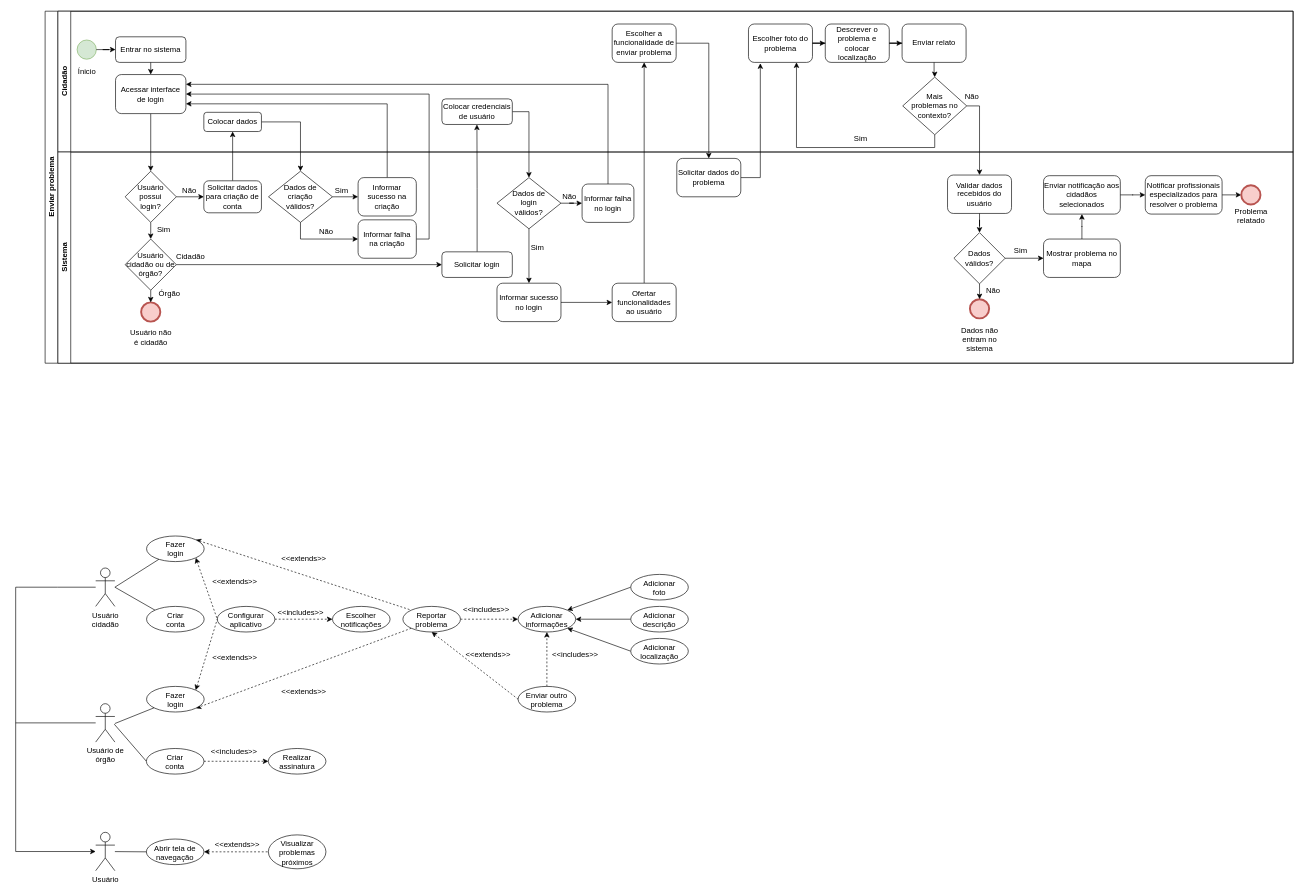
This is bpmn1.drawio from thomz2/trabalho-final-aps, a draw.io file, before an edit. Source tidied: cells renumbered, new cells numbered last; positions are measured from the earlier drawing's top-left corner, leaving out a move shared by most shapes. Both pictures are drawn from the tidied source at 64%, with x=0, y=0 at pixel (15, 11).
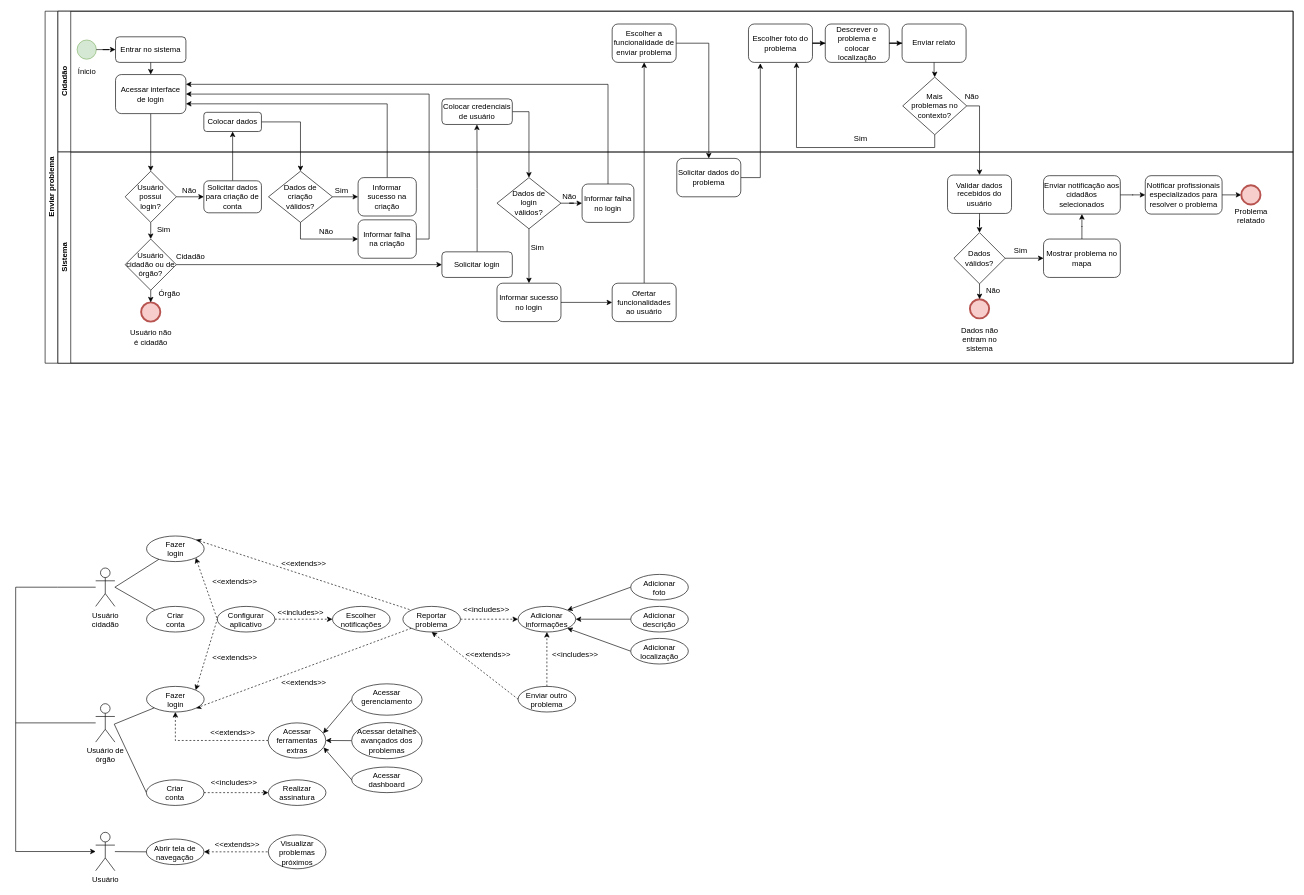
The same page after the edit.

Commit message:
primeira versao dos casos de uso

Unchanged cells that the change refers to:
```xml
<mxCell id="128" value="Fazer &lt;br&gt;login" style="ellipse;whiteSpace=wrap;html=1;verticalAlign=top;" parent="1" vertex="1">
  <mxGeometry x="204.5" y="1055" width="90" height="40" as="geometry" />
</mxCell>
```

Change to the diagram source:
```diff
@@
     <mxCell id="122" value="Criar&lt;br&gt;conta" style="ellipse;whiteSpace=wrap;html=1;verticalAlign=top;" parent="1" vertex="1">
-      <mxGeometry x="204.2" y="1152" width="90" height="40" as="geometry" />
+      <mxGeometry x="204.2" y="1201" width="90" height="40" as="geometry" />
     </mxCell>
@@
     <mxCell id="125" value="Realizar&lt;br&gt;assinatura" style="ellipse;whiteSpace=wrap;html=1;verticalAlign=top;" parent="1" vertex="1">
-      <mxGeometry x="394.8" y="1152" width="90" height="40" as="geometry" />
+      <mxGeometry x="394.8" y="1201" width="90" height="40" as="geometry" />
     </mxCell>
     <mxCell id="126" value="&amp;lt;&amp;lt;includes&amp;gt;&amp;gt;" style="text;html=1;align=center;verticalAlign=middle;strokeColor=none;fillColor=none;" parent="1" vertex="1">
-      <mxGeometry x="290.8" y="1142" width="100" height="30" as="geometry" />
+      <mxGeometry x="290.8" y="1191" width="100" height="30" as="geometry" />
     </mxCell>
@@
     <mxCell id="129" style="rounded=0;jettySize=auto;html=1;endArrow=none;endFill=0;" parent="1" edge="1" target="128">
       <mxGeometry relative="1" as="geometry">
-        <mxPoint x="155" y="1113" as="sourcePoint" />
+        <mxPoint x="154" y="1114" as="sourcePoint" />
       </mxGeometry>
     </mxCell>
     <mxCell id="130" value="&amp;lt;&amp;lt;extends&amp;gt;&amp;gt;" style="text;html=1;align=center;verticalAlign=middle;strokeColor=none;fillColor=none;" parent="1" vertex="1">
-      <mxGeometry x="405" y="1049" width="90" height="30" as="geometry" />
+      <mxGeometry x="405" y="1034" width="90" height="30" as="geometry" />
     </mxCell>
@@
     <mxCell id="132" value="&amp;lt;&amp;lt;extends&amp;gt;&amp;gt;" style="text;html=1;align=center;verticalAlign=middle;strokeColor=none;fillColor=none;" parent="1" vertex="1">
-      <mxGeometry x="405" y="840" width="90" height="30" as="geometry" />
+      <mxGeometry x="405" y="849" width="90" height="30" as="geometry" />
     </mxCell>
+    <mxCell id="133" value="Acessar&lt;br&gt;dashboard" style="ellipse;whiteSpace=wrap;html=1;verticalAlign=top;" parent="1" vertex="1">
+      <mxGeometry x="525" y="1181" width="110" height="40" as="geometry" />
+    </mxCell>
+    <mxCell id="134" value="&amp;lt;&amp;lt;extends&amp;gt;&amp;gt;" style="text;html=1;align=center;verticalAlign=middle;strokeColor=none;fillColor=none;" parent="1" vertex="1">
+      <mxGeometry x="294" y="1112" width="90" height="30" as="geometry" />
+    </mxCell>
+    <mxCell id="135" value="Acessar&lt;br&gt;gerenciamento" style="ellipse;whiteSpace=wrap;html=1;verticalAlign=top;" parent="1" vertex="1">
+      <mxGeometry x="525" y="1051" width="110" height="49" as="geometry" />
+    </mxCell>
+    <mxCell id="136" style="edgeStyle=orthogonalEdgeStyle;rounded=0;jettySize=auto;html=1;exitX=0;exitY=0.5;exitDx=0;exitDy=0;entryX=0.5;entryY=1;entryDx=0;entryDy=0;dashed=1;startArrow=none;startFill=0;endArrow=classic;endFill=1;" parent="1" edge="1" source="140" target="128">
+      <mxGeometry relative="1" as="geometry" />
+    </mxCell>
+    <mxCell id="137" style="rounded=0;jettySize=auto;html=1;exitX=0.955;exitY=0.296;exitDx=0;exitDy=0;entryX=0;entryY=0.5;entryDx=0;entryDy=0;startArrow=classic;startFill=1;endArrow=none;endFill=0;exitPerimeter=0;" parent="1" edge="1" source="140" target="135">
+      <mxGeometry relative="1" as="geometry" />
+    </mxCell>
+    <mxCell id="138" style="edgeStyle=none;rounded=0;jettySize=auto;html=1;exitX=0.962;exitY=0.7;exitDx=0;exitDy=0;entryX=0;entryY=0.5;entryDx=0;entryDy=0;startArrow=classic;startFill=1;endArrow=none;endFill=0;exitPerimeter=0;" parent="1" edge="1" source="140" target="133">
+      <mxGeometry relative="1" as="geometry" />
+    </mxCell>
+    <mxCell id="139" style="edgeStyle=none;rounded=0;jettySize=auto;html=1;exitX=1;exitY=0.5;exitDx=0;exitDy=0;startArrow=classic;startFill=1;endArrow=none;endFill=0;entryX=0;entryY=0.5;entryDx=0;entryDy=0;" parent="1" edge="1" source="140" target="141">
+      <mxGeometry relative="1" as="geometry" />
+    </mxCell>
+    <mxCell id="140" value="Acessar&lt;br&gt;ferramentas extras" style="ellipse;whiteSpace=wrap;html=1;verticalAlign=top;" parent="1" vertex="1">
+      <mxGeometry x="394.5" y="1112" width="90" height="55" as="geometry" />
+    </mxCell>
+    <mxCell id="141" value="Acessar detalhes avançados dos problemas" style="ellipse;whiteSpace=wrap;html=1;verticalAlign=top;" parent="1" vertex="1">
+      <mxGeometry x="525" y="1111.5" width="110" height="56.5" as="geometry" />
+    </mxCell>
```
